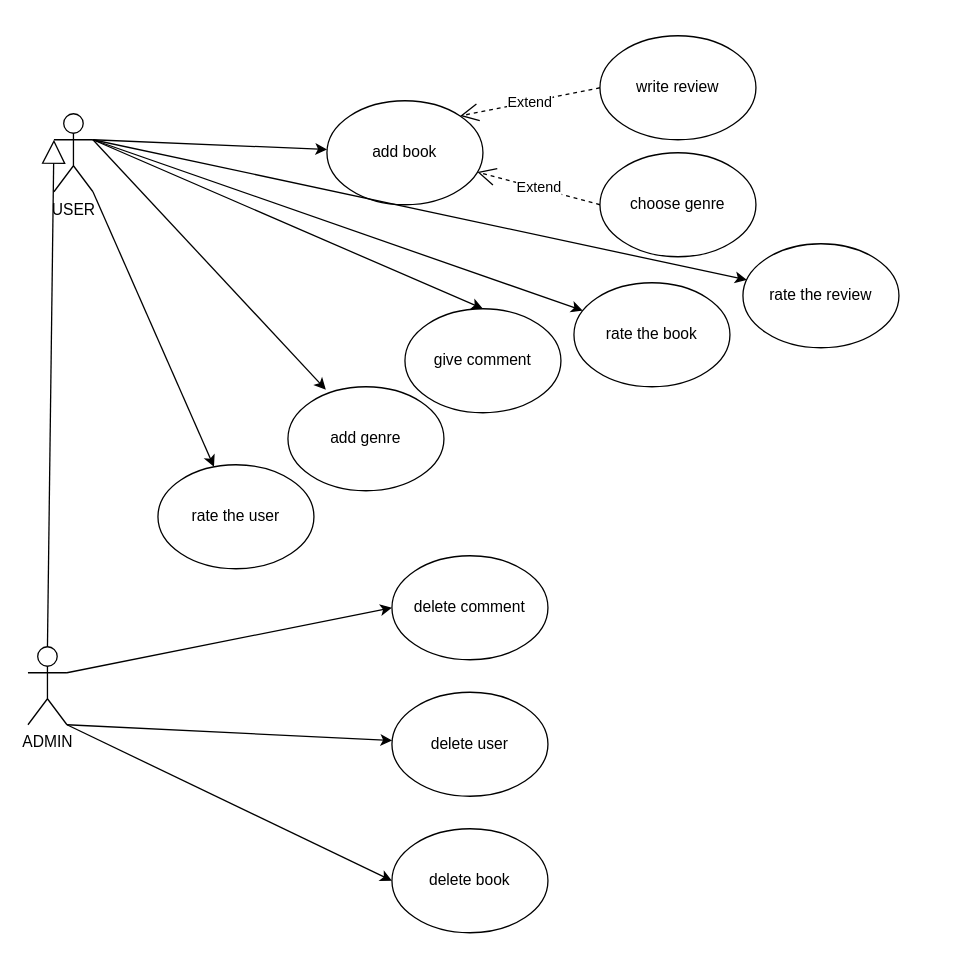
IvanOmelyashchik-2-10/LooksBooks keeps this draw.io diagram as LooksBooks/Диаграмма без названия.drawio. Above is the earlier version. Source tidied: cells renumbered, new cells numbered last; positions are measured from the earlier drawing's top-left corner, leaving out a move shared by most shapes. Both pictures are drawn from the tidied source at 130%, with x=0, y=0 at pixel (27, 35).
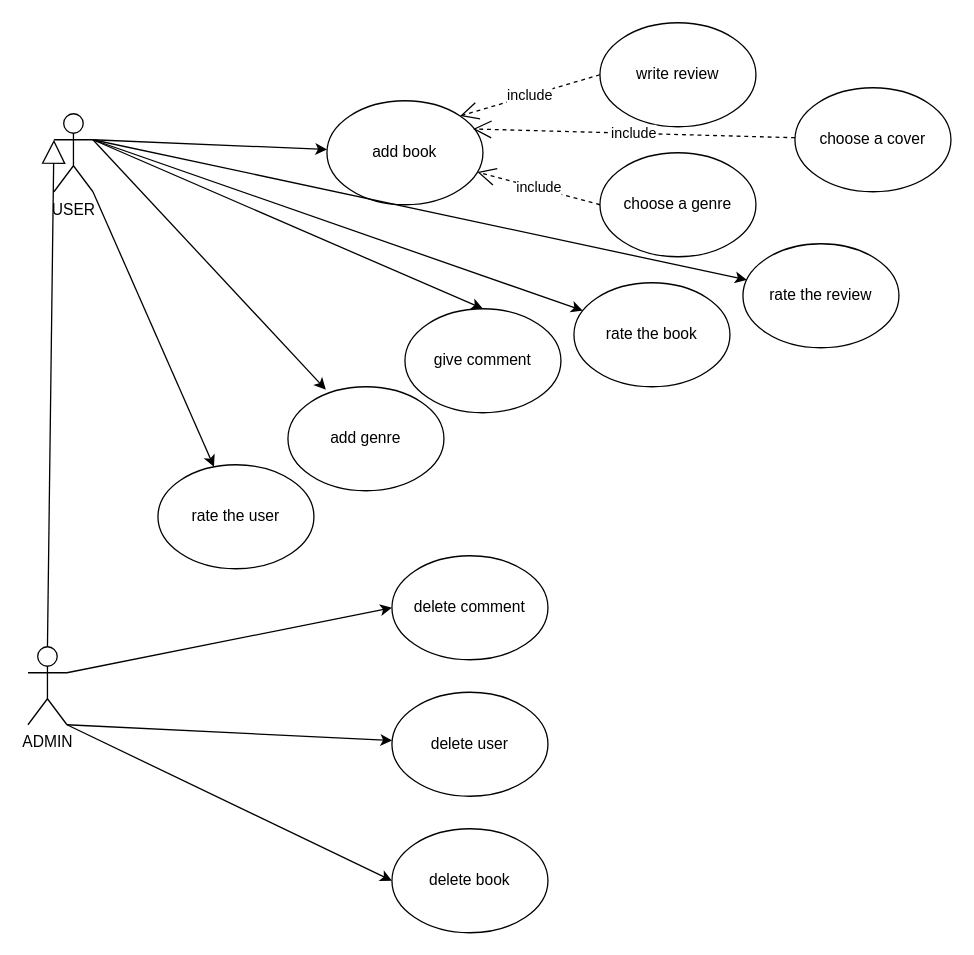
After the change.

Unchanged cells that the change refers to:
```xml
<mxCell id="6" value="add book" style="ellipse;whiteSpace=wrap;html=1;" parent="1" vertex="1">
  <mxGeometry x="230" y="50" width="120" height="80" as="geometry" />
</mxCell>
```

The edit, as a diff of the source:
```diff
@@
     <mxCell id="13" value="write review" style="ellipse;whiteSpace=wrap;html=1;" parent="1" vertex="1">
-      <mxGeometry x="440" width="120" height="80" as="geometry" />
+      <mxGeometry x="440" y="-10" width="120" height="80" as="geometry" />
     </mxCell>
-    <mxCell id="14" value="choose genre" style="ellipse;whiteSpace=wrap;html=1;" parent="1" vertex="1">
+    <mxCell id="14" value="choose a genre" style="ellipse;whiteSpace=wrap;html=1;" parent="1" vertex="1">
       <mxGeometry x="440" y="90" width="120" height="80" as="geometry" />
     </mxCell>
-    <mxCell id="15" value="Extend" style="endArrow=open;endSize=12;dashed=1;html=1;rounded=0;exitX=0;exitY=0.5;exitDx=0;exitDy=0;" parent="1" edge="1" source="14" target="6">
+    <mxCell id="15" value="include" style="endArrow=open;endSize=12;dashed=1;html=1;rounded=0;exitX=0;exitY=0.5;exitDx=0;exitDy=0;" parent="1" edge="1" source="14" target="6">
       <mxGeometry relative="1" as="geometry" />
     </mxCell>
-    <mxCell id="16" value="Extend" style="endArrow=open;endSize=12;dashed=1;html=1;rounded=0;exitX=0;exitY=0.5;exitDx=0;exitDy=0;entryX=1;entryY=0;entryDx=0;entryDy=0;" parent="1" edge="1" source="13" target="6">
+    <mxCell id="16" value="include" style="endArrow=open;endSize=12;dashed=1;html=1;rounded=0;exitX=0;exitY=0.5;exitDx=0;exitDy=0;entryX=1;entryY=0;entryDx=0;entryDy=0;" parent="1" edge="1" source="13" target="6">
       <mxGeometry relative="1" as="geometry" />
     </mxCell>
@@
+    <mxCell id="27" value="сhoose a cover" style="ellipse;whiteSpace=wrap;html=1;" parent="1" vertex="1">
+      <mxGeometry x="590" y="40" width="120" height="80" as="geometry" />
+    </mxCell>
+    <mxCell id="28" value="include" style="endArrow=open;endSize=12;dashed=1;html=1;rounded=0;entryX=1;entryY=0;entryDx=0;entryDy=0;" parent="1" edge="1" source="27">
+      <mxGeometry relative="1" as="geometry">
+        <mxPoint x="342.4" y="71.7" as="targetPoint" />
+      </mxGeometry>
+    </mxCell>
```
